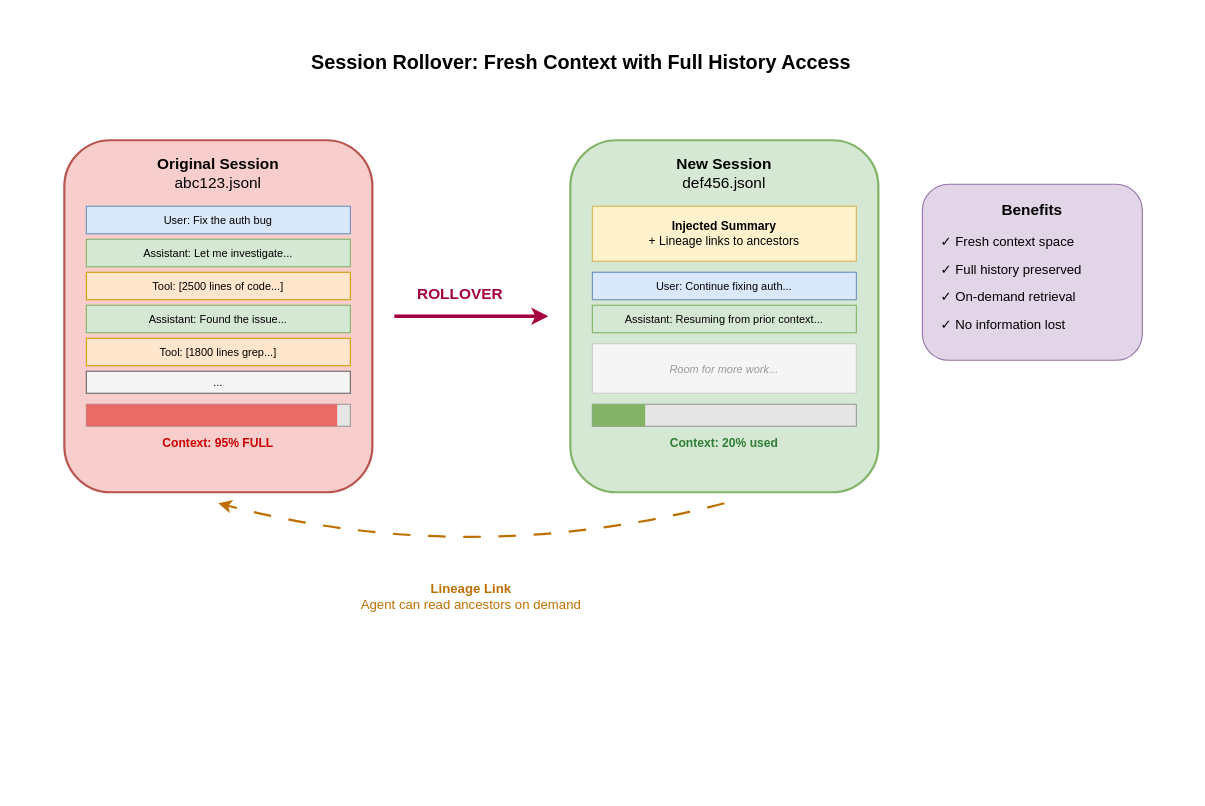
steeef/claude-code-tools keeps this draw.io diagram as demos/rollover_diagram.drawio. Above is the earlier version. Source tidied: cells renumbered, new cells numbered last; positions are measured from the earlier drawing's top-left corner, leaving out a move shared by most shapes. Both pictures are drawn from the tidied source at 110%, with x=0, y=0 at pixel (64, 41).
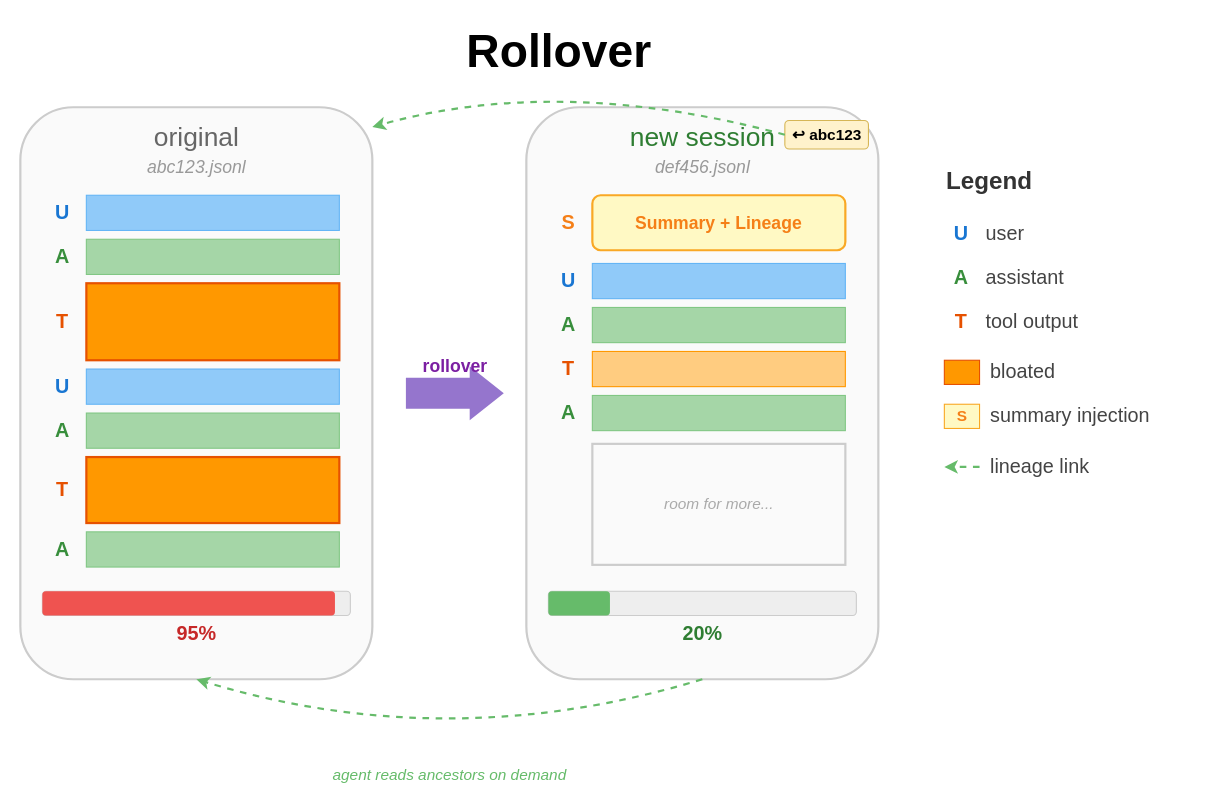
After the change.

Change to the diagram source:
```diff
@@
-    <mxCell id="2" value="&lt;b&gt;Session Rollover: Fresh Context with Full History Access&lt;/b&gt;" style="text;html=1;strokeColor=none;fillColor=none;align=center;verticalAlign=middle;whiteSpace=wrap;rounded=0;fontSize=18;" parent="1" vertex="1">
-      <mxGeometry x="195" width="550" height="40" as="geometry" />
+    <mxCell id="2" value="&lt;b&gt;Rollover&lt;/b&gt;" style="text;html=1;strokeColor=none;fillColor=none;align=center;verticalAlign=middle;whiteSpace=wrap;rounded=0;fontSize=42;" parent="1" vertex="1">
+      <mxGeometry x="340" y="-20" width="220" height="60" as="geometry" />
     </mxCell>
-    <mxCell id="3" style="rounded=1;whiteSpace=wrap;html=1;fillColor=#f8cecc;strokeColor=#b85450;strokeWidth=2;" parent="1" vertex="1">
-      <mxGeometry y="90" width="280" height="320" as="geometry" />
-    </mxCell>
-    <mxCell id="4" value="&lt;b&gt;Original Session&lt;/b&gt;&lt;br&gt;abc123.jsonl" style="text;html=1;strokeColor=none;fillColor=none;align=center;verticalAlign=middle;whiteSpace=wrap;rounded=0;fontSize=14;" parent="1" vertex="1">
-      <mxGeometry x="40" y="100" width="200" height="40" as="geometry" />
-    </mxCell>
-    <mxCell id="5" value="User: Fix the auth bug" style="rounded=0;whiteSpace=wrap;html=1;fillColor=#dae8fc;strokeColor=#6c8ebf;fontSize=10;" parent="1" vertex="1">
-      <mxGeometry x="20" y="150" width="240" height="25" as="geometry" />
-    </mxCell>
-    <mxCell id="6" value="Assistant: Let me investigate..." style="rounded=0;whiteSpace=wrap;html=1;fillColor=#d5e8d4;strokeColor=#82b366;fontSize=10;" parent="1" vertex="1">
-      <mxGeometry x="20" y="180" width="240" height="25" as="geometry" />
-    </mxCell>
-    <mxCell id="7" value="Tool: [2500 lines of code...]" style="rounded=0;whiteSpace=wrap;html=1;fillColor=#ffe6cc;strokeColor=#d79b00;fontSize=10;" parent="1" vertex="1">
-      <mxGeometry x="20" y="210" width="240" height="25" as="geometry" />
-    </mxCell>
-    <mxCell id="8" value="Assistant: Found the issue..." style="rounded=0;whiteSpace=wrap;html=1;fillColor=#d5e8d4;strokeColor=#82b366;fontSize=10;" parent="1" vertex="1">
-      <mxGeometry x="20" y="240" width="240" height="25" as="geometry" />
-    </mxCell>
-    <mxCell id="9" value="Tool: [1800 lines grep...]" style="rounded=0;whiteSpace=wrap;html=1;fillColor=#ffe6cc;strokeColor=#d79b00;fontSize=10;" parent="1" vertex="1">
-      <mxGeometry x="20" y="270" width="240" height="25" as="geometry" />
-    </mxCell>
-    <mxCell id="10" value="..." style="rounded=0;whiteSpace=wrap;html=1;fillColor=#f5f5f5;strokeColor=#666666;fontSize=10;" parent="1" vertex="1">
-      <mxGeometry x="20" y="300" width="240" height="20" as="geometry" />
-    </mxCell>
-    <mxCell id="11" style="rounded=0;whiteSpace=wrap;html=1;fillColor=#e6e6e6;strokeColor=#999999;" parent="1" vertex="1">
-      <mxGeometry x="20" y="330" width="240" height="20" as="geometry" />
-    </mxCell>
-    <mxCell id="12" style="rounded=0;whiteSpace=wrap;html=1;fillColor=#ea6b66;strokeColor=none;" parent="1" vertex="1">
-      <mxGeometry x="20" y="330" width="228" height="20" as="geometry" />
-    </mxCell>
-    <mxCell id="13" value="Context: 95% FULL" style="text;html=1;strokeColor=none;fillColor=none;align=center;verticalAlign=middle;whiteSpace=wrap;rounded=0;fontSize=11;fontColor=#CC0000;fontStyle=1;" parent="1" vertex="1">
-      <mxGeometry x="20" y="355" width="240" height="20" as="geometry" />
-    </mxCell>
-    <mxCell id="14" style="endArrow=classic;html=1;strokeWidth=3;fillColor=#d80073;strokeColor=#A50040;entryX=0;entryY=0.5;exitX=1;exitY=0.5;" parent="1" edge="1">
-      <mxGeometry relative="1" as="geometry">
-        <mxPoint x="300" y="250" as="sourcePoint" />
-        <mxPoint x="440" y="250" as="targetPoint" />
-      </mxGeometry>
-    </mxCell>
-    <mxCell id="15" value="&lt;b&gt;ROLLOVER&lt;/b&gt;" style="text;html=1;strokeColor=none;fillColor=none;align=center;verticalAlign=middle;whiteSpace=wrap;rounded=0;fontSize=14;fontColor=#A50040;" parent="1" vertex="1">
-      <mxGeometry x="310" y="215" width="100" height="30" as="geometry" />
-    </mxCell>
-    <mxCell id="16" style="rounded=1;whiteSpace=wrap;html=1;fillColor=#d5e8d4;strokeColor=#82b366;strokeWidth=2;" parent="1" vertex="1">
-      <mxGeometry x="460" y="90" width="280" height="320" as="geometry" />
-    </mxCell>
-    <mxCell id="17" value="&lt;b&gt;New Session&lt;/b&gt;&lt;br&gt;def456.jsonl" style="text;html=1;strokeColor=none;fillColor=none;align=center;verticalAlign=middle;whiteSpace=wrap;rounded=0;fontSize=14;" parent="1" vertex="1">
-      <mxGeometry x="500" y="100" width="200" height="40" as="geometry" />
-    </mxCell>
+    <mxCell id="33" style="rounded=1;whiteSpace=wrap;html=1;fillColor=#fafafa;strokeColor=#cccccc;strokeWidth=2;" parent="1" vertex="1">
+      <mxGeometry x="-40" y="60" width="320" height="520" as="geometry" />
+    </mxCell>
+    <mxCell id="34" value="original" style="text;html=1;strokeColor=none;fillColor=none;align=center;verticalAlign=middle;rounded=0;fontSize=24;fontColor=#666666;" parent="1" vertex="1">
+      <mxGeometry x="-40" y="70" width="320" height="36" as="geometry" />
+    </mxCell>
+    <mxCell id="35" value="abc123.jsonl" style="text;html=1;strokeColor=none;fillColor=none;align=center;verticalAlign=middle;rounded=0;fontSize=16;fontColor=#999999;fontStyle=2;" parent="1" vertex="1">
+      <mxGeometry x="-40" y="102" width="320" height="24" as="geometry" />
+    </mxCell>
+    <mxCell id="36" style="rounded=0;html=1;fillColor=#90CAF9;strokeColor=#64B5F6;" parent="1" vertex="1">
+      <mxGeometry x="20" y="140" width="230" height="32" as="geometry" />
+    </mxCell>
+    <mxCell id="37" value="U" style="text;html=1;strokeColor=none;fillColor=none;align=center;verticalAlign=middle;rounded=0;fontSize=18;fontColor=#1976D2;fontStyle=1;" parent="1" vertex="1">
+      <mxGeometry x="-20" y="140" width="36" height="32" as="geometry" />
+    </mxCell>
+    <mxCell id="38" style="rounded=0;html=1;fillColor=#A5D6A7;strokeColor=#81C784;" parent="1" vertex="1">
+      <mxGeometry x="20" y="180" width="230" height="32" as="geometry" />
+    </mxCell>
+    <mxCell id="39" value="A" style="text;html=1;strokeColor=none;fillColor=none;align=center;verticalAlign=middle;rounded=0;fontSize=18;fontColor=#388E3C;fontStyle=1;" parent="1" vertex="1">
+      <mxGeometry x="-20" y="180" width="36" height="32" as="geometry" />
+    </mxCell>
+    <mxCell id="40" style="rounded=0;html=1;fillColor=#FF9800;strokeColor=#E65100;strokeWidth=2;" parent="1" vertex="1">
+      <mxGeometry x="20" y="220" width="230" height="70" as="geometry" />
+    </mxCell>
+    <mxCell id="41" value="T" style="text;html=1;strokeColor=none;fillColor=none;align=center;verticalAlign=middle;rounded=0;fontSize=18;fontColor=#E65100;fontStyle=1;" parent="1" vertex="1">
+      <mxGeometry x="-20" y="239" width="36" height="32" as="geometry" />
+    </mxCell>
+    <mxCell id="42" style="rounded=0;html=1;fillColor=#90CAF9;strokeColor=#64B5F6;" parent="1" vertex="1">
+      <mxGeometry x="20" y="298" width="230" height="32" as="geometry" />
+    </mxCell>
+    <mxCell id="43" value="U" style="text;html=1;strokeColor=none;fillColor=none;align=center;verticalAlign=middle;rounded=0;fontSize=18;fontColor=#1976D2;fontStyle=1;" parent="1" vertex="1">
+      <mxGeometry x="-20" y="298" width="36" height="32" as="geometry" />
+    </mxCell>
+    <mxCell id="44" style="rounded=0;html=1;fillColor=#A5D6A7;strokeColor=#81C784;" parent="1" vertex="1">
+      <mxGeometry x="20" y="338" width="230" height="32" as="geometry" />
+    </mxCell>
+    <mxCell id="45" value="A" style="text;html=1;strokeColor=none;fillColor=none;align=center;verticalAlign=middle;rounded=0;fontSize=18;fontColor=#388E3C;fontStyle=1;" parent="1" vertex="1">
+      <mxGeometry x="-20" y="338" width="36" height="32" as="geometry" />
+    </mxCell>
+    <mxCell id="46" style="rounded=0;html=1;fillColor=#FF9800;strokeColor=#E65100;strokeWidth=2;" parent="1" vertex="1">
+      <mxGeometry x="20" y="378" width="230" height="60" as="geometry" />
+    </mxCell>
+    <mxCell id="47" value="T" style="text;html=1;strokeColor=none;fillColor=none;align=center;verticalAlign=middle;rounded=0;fontSize=18;fontColor=#E65100;fontStyle=1;" parent="1" vertex="1">
+      <mxGeometry x="-20" y="392" width="36" height="32" as="geometry" />
+    </mxCell>
+    <mxCell id="48" style="rounded=0;html=1;fillColor=#A5D6A7;strokeColor=#81C784;" parent="1" vertex="1">
+      <mxGeometry x="20" y="446" width="230" height="32" as="geometry" />
+    </mxCell>
+    <mxCell id="49" value="A" style="text;html=1;strokeColor=none;fillColor=none;align=center;verticalAlign=middle;rounded=0;fontSize=18;fontColor=#388E3C;fontStyle=1;" parent="1" vertex="1">
+      <mxGeometry x="-20" y="446" width="36" height="32" as="geometry" />
+    </mxCell>
+    <mxCell id="50" style="rounded=1;html=1;fillColor=#eeeeee;strokeColor=#cccccc;" parent="1" vertex="1">
+      <mxGeometry x="-20" y="500" width="280" height="22" as="geometry" />
+    </mxCell>
+    <mxCell id="51" style="rounded=1;html=1;fillColor=#ef5350;strokeColor=none;" parent="1" vertex="1">
+      <mxGeometry x="-20" y="500" width="266" height="22" as="geometry" />
+    </mxCell>
+    <mxCell id="52" value="95%" style="text;html=1;strokeColor=none;fillColor=none;align=center;verticalAlign=middle;rounded=0;fontSize=18;fontColor=#c62828;fontStyle=1;" parent="1" vertex="1">
+      <mxGeometry x="-20" y="525" width="280" height="28" as="geometry" />
+    </mxCell>
+    <mxCell id="53" style="shape=flexArrow;endArrow=classic;html=1;strokeColor=none;fillColor=#9575CD;width=28;endSize=10;" parent="1" edge="1">
+      <mxGeometry relative="1" as="geometry">
+        <mxPoint x="310" y="320" as="sourcePoint" />
+        <mxPoint x="400" y="320" as="targetPoint" />
+      </mxGeometry>
+    </mxCell>
+    <mxCell id="54" value="rollover" style="text;html=1;strokeColor=none;fillColor=none;align=center;verticalAlign=middle;rounded=0;fontSize=16;fontColor=#7B1FA2;fontStyle=1;" parent="1" vertex="1">
+      <mxGeometry x="315" y="280" width="80" height="30" as="geometry" />
+    </mxCell>
+    <mxCell id="55" style="rounded=1;whiteSpace=wrap;html=1;fillColor=#fafafa;strokeColor=#cccccc;strokeWidth=2;" parent="1" vertex="1">
+      <mxGeometry x="420" y="60" width="320" height="520" as="geometry" />
+    </mxCell>
+    <mxCell id="56" value="new session" style="text;html=1;strokeColor=none;fillColor=none;align=center;verticalAlign=middle;rounded=0;fontSize=24;fontColor=#2E7D32;" parent="1" vertex="1">
+      <mxGeometry x="420" y="70" width="320" height="36" as="geometry" />
+    </mxCell>
+    <mxCell id="57" value="def456.jsonl" style="text;html=1;strokeColor=none;fillColor=none;align=center;verticalAlign=middle;rounded=0;fontSize=16;fontColor=#999999;fontStyle=2;" parent="1" vertex="1">
+      <mxGeometry x="420" y="102" width="320" height="24" as="geometry" />
+    </mxCell>
+    <mxCell id="58" value="↩ abc123" style="text;html=1;strokeColor=#d6b656;fillColor=#fff2cc;align=center;verticalAlign=middle;rounded=1;fontSize=14;fontStyle=1;" parent="1" vertex="1">
+      <mxGeometry x="655" y="72" width="76" height="26" as="geometry" />
+    </mxCell>
+    <mxCell id="59" style="endArrow=classic;html=1;strokeWidth=2;dashed=1;strokeColor=#66BB6A;curved=1;" parent="1" edge="1">
+      <mxGeometry relative="1" as="geometry">
+        <mxPoint x="655" y="85" as="sourcePoint" />
+        <mxPoint x="280" y="78" as="targetPoint" />
+        <Array as="points">
+          <mxPoint x="450" y="30" />
+        </Array>
+      </mxGeometry>
+    </mxCell>
-    <mxCell id="18" value="&lt;b&gt;Injected Summary&lt;/b&gt;&lt;br&gt;+ Lineage links to ancestors" style="rounded=0;whiteSpace=wrap;html=1;fillColor=#fff2cc;strokeColor=#d6b656;fontSize=11;" parent="1" vertex="1">
-      <mxGeometry x="480" y="150" width="240" height="50" as="geometry" />
+    <mxCell id="18" value="Summary + Lineage" style="rounded=1;whiteSpace=wrap;html=1;fillColor=#FFF9C4;strokeColor=#F9A825;strokeWidth=2;fontSize=16;fontStyle=1;fontColor=#F57F17;" parent="1" vertex="1">
+      <mxGeometry x="480" y="140" width="230" height="50" as="geometry" />
     </mxCell>
-    <mxCell id="19" value="User: Continue fixing auth..." style="rounded=0;whiteSpace=wrap;html=1;fillColor=#dae8fc;strokeColor=#6c8ebf;fontSize=10;" parent="1" vertex="1">
-      <mxGeometry x="480" y="210" width="240" height="25" as="geometry" />
-    </mxCell>
-    <mxCell id="20" value="Assistant: Resuming from prior context..." style="rounded=0;whiteSpace=wrap;html=1;fillColor=#d5e8d4;strokeColor=#82b366;fontSize=10;" parent="1" vertex="1">
-      <mxGeometry x="480" y="240" width="240" height="25" as="geometry" />
-    </mxCell>
-    <mxCell id="21" value="&lt;i&gt;Room for more work...&lt;/i&gt;" style="rounded=0;whiteSpace=wrap;html=1;fillColor=#f5f5f5;strokeColor=#CCCCCC;strokeDashPattern=8 8;fontSize=10;fontColor=#999999;" parent="1" vertex="1">
-      <mxGeometry x="480" y="275" width="240" height="45" as="geometry" />
-    </mxCell>
-    <mxCell id="22" style="rounded=0;whiteSpace=wrap;html=1;fillColor=#e6e6e6;strokeColor=#999999;" parent="1" vertex="1">
-      <mxGeometry x="480" y="330" width="240" height="20" as="geometry" />
-    </mxCell>
-    <mxCell id="23" style="rounded=0;whiteSpace=wrap;html=1;fillColor=#82b366;strokeColor=none;" parent="1" vertex="1">
-      <mxGeometry x="480" y="330" width="48" height="20" as="geometry" />
-    </mxCell>
-    <mxCell id="24" value="Context: 20% used" style="text;html=1;strokeColor=none;fillColor=none;align=center;verticalAlign=middle;whiteSpace=wrap;rounded=0;fontSize=11;fontColor=#2E7D32;fontStyle=1;" parent="1" vertex="1">
-      <mxGeometry x="480" y="355" width="240" height="20" as="geometry" />
-    </mxCell>
+    <mxCell id="60" value="S" style="text;html=1;strokeColor=none;fillColor=none;align=center;verticalAlign=middle;rounded=0;fontSize=18;fontColor=#F57F17;fontStyle=1;" parent="1" vertex="1">
+      <mxGeometry x="440" y="149" width="36" height="32" as="geometry" />
+    </mxCell>
+    <mxCell id="61" style="rounded=0;html=1;fillColor=#90CAF9;strokeColor=#64B5F6;" parent="1" vertex="1">
+      <mxGeometry x="480" y="202" width="230" height="32" as="geometry" />
+    </mxCell>
+    <mxCell id="62" value="U" style="text;html=1;strokeColor=none;fillColor=none;align=center;verticalAlign=middle;rounded=0;fontSize=18;fontColor=#1976D2;fontStyle=1;" parent="1" vertex="1">
+      <mxGeometry x="440" y="202" width="36" height="32" as="geometry" />
+    </mxCell>
+    <mxCell id="63" style="rounded=0;html=1;fillColor=#A5D6A7;strokeColor=#81C784;" parent="1" vertex="1">
+      <mxGeometry x="480" y="242" width="230" height="32" as="geometry" />
+    </mxCell>
+    <mxCell id="64" value="A" style="text;html=1;strokeColor=none;fillColor=none;align=center;verticalAlign=middle;rounded=0;fontSize=18;fontColor=#388E3C;fontStyle=1;" parent="1" vertex="1">
+      <mxGeometry x="440" y="242" width="36" height="32" as="geometry" />
+    </mxCell>
+    <mxCell id="65" style="rounded=0;html=1;fillColor=#FFCC80;strokeColor=#FF9800;" parent="1" vertex="1">
+      <mxGeometry x="480" y="282" width="230" height="32" as="geometry" />
+    </mxCell>
+    <mxCell id="66" value="T" style="text;html=1;strokeColor=none;fillColor=none;align=center;verticalAlign=middle;rounded=0;fontSize=18;fontColor=#E65100;fontStyle=1;" parent="1" vertex="1">
+      <mxGeometry x="440" y="282" width="36" height="32" as="geometry" />
+    </mxCell>
+    <mxCell id="67" style="rounded=0;html=1;fillColor=#A5D6A7;strokeColor=#81C784;" parent="1" vertex="1">
+      <mxGeometry x="480" y="322" width="230" height="32" as="geometry" />
+    </mxCell>
+    <mxCell id="68" value="A" style="text;html=1;strokeColor=none;fillColor=none;align=center;verticalAlign=middle;rounded=0;fontSize=18;fontColor=#388E3C;fontStyle=1;" parent="1" vertex="1">
+      <mxGeometry x="440" y="322" width="36" height="32" as="geometry" />
+    </mxCell>
+    <mxCell id="69" style="rounded=0;whiteSpace=wrap;html=1;fillColor=none;strokeColor=#CCCCCC;strokeWidth=2;strokeDashPattern=8 8;" parent="1" vertex="1">
+      <mxGeometry x="480" y="366" width="230" height="110" as="geometry" />
+    </mxCell>
+    <mxCell id="70" value="room for more..." style="text;html=1;strokeColor=none;fillColor=none;align=center;verticalAlign=middle;rounded=0;fontSize=14;fontColor=#AAAAAA;fontStyle=2;" parent="1" vertex="1">
+      <mxGeometry x="480" y="406" width="230" height="30" as="geometry" />
+    </mxCell>
+    <mxCell id="71" style="rounded=1;html=1;fillColor=#eeeeee;strokeColor=#cccccc;" parent="1" vertex="1">
+      <mxGeometry x="440" y="500" width="280" height="22" as="geometry" />
+    </mxCell>
+    <mxCell id="72" style="rounded=1;html=1;fillColor=#66BB6A;strokeColor=none;" parent="1" vertex="1">
+      <mxGeometry x="440" y="500" width="56" height="22" as="geometry" />
+    </mxCell>
+    <mxCell id="73" value="20%" style="text;html=1;strokeColor=none;fillColor=none;align=center;verticalAlign=middle;rounded=0;fontSize=18;fontColor=#2E7D32;fontStyle=1;" parent="1" vertex="1">
+      <mxGeometry x="440" y="525" width="280" height="28" as="geometry" />
+    </mxCell>
-    <mxCell id="25" style="endArrow=classic;html=1;strokeWidth=2;dashed=1;dashPattern=8 8;fillColor=#f0a30a;strokeColor=#BD7000;curved=1;entryX=0.5;entryY=1;exitX=0.5;exitY=1;" parent="1" edge="1">
+    <mxCell id="25" style="endArrow=classic;html=1;strokeWidth=2;dashed=1;strokeColor=#66BB6A;curved=1;" parent="1" edge="1">
       <mxGeometry relative="1" as="geometry">
-        <mxPoint x="600" y="420" as="sourcePoint" />
-        <mxPoint x="140" y="420" as="targetPoint" />
+        <mxPoint x="580" y="580" as="sourcePoint" />
+        <mxPoint x="120" y="580" as="targetPoint" />
         <Array as="points">
-          <mxPoint x="370" y="480" />
+          <mxPoint x="350" y="650" />
         </Array>
       </mxGeometry>
     </mxCell>
-    <mxCell id="26" value="&lt;b&gt;Lineage Link&lt;/b&gt;&lt;br&gt;Agent can read ancestors on demand" style="text;html=1;strokeColor=none;fillColor=none;align=center;verticalAlign=middle;whiteSpace=wrap;rounded=0;fontSize=12;fontColor=#BD7000;" parent="1" vertex="1">
-      <mxGeometry x="260" y="485" width="220" height="40" as="geometry" />
+    <mxCell id="26" value="agent reads ancestors on demand" style="text;html=1;strokeColor=none;fillColor=none;align=center;verticalAlign=middle;rounded=0;fontSize=14;fontColor=#66BB6A;fontStyle=2;" parent="1" vertex="1">
+      <mxGeometry x="220" y="655" width="260" height="24" as="geometry" />
     </mxCell>
-    <mxCell id="27" style="rounded=1;whiteSpace=wrap;html=1;fillColor=#e1d5e7;strokeColor=#9673a6;strokeWidth=1;" parent="1" vertex="1">
-      <mxGeometry x="780" y="130" width="200" height="160" as="geometry" />
-    </mxCell>
-    <mxCell id="28" value="&lt;b&gt;Benefits&lt;/b&gt;" style="text;html=1;strokeColor=none;fillColor=none;align=center;verticalAlign=middle;whiteSpace=wrap;rounded=0;fontSize=14;" parent="1" vertex="1">
-      <mxGeometry x="780" y="140" width="200" height="25" as="geometry" />
-    </mxCell>
-    <mxCell id="29" value="✓ Fresh context space" style="text;html=1;strokeColor=none;fillColor=none;align=left;verticalAlign=middle;whiteSpace=wrap;rounded=0;fontSize=12;" parent="1" vertex="1">
-      <mxGeometry x="795" y="170" width="170" height="25" as="geometry" />
-    </mxCell>
-    <mxCell id="30" value="✓ Full history preserved" style="text;html=1;strokeColor=none;fillColor=none;align=left;verticalAlign=middle;whiteSpace=wrap;rounded=0;fontSize=12;" parent="1" vertex="1">
-      <mxGeometry x="795" y="195" width="170" height="25" as="geometry" />
-    </mxCell>
-    <mxCell id="31" value="✓ On-demand retrieval" style="text;html=1;strokeColor=none;fillColor=none;align=left;verticalAlign=middle;whiteSpace=wrap;rounded=0;fontSize=12;" parent="1" vertex="1">
-      <mxGeometry x="795" y="220" width="170" height="25" as="geometry" />
-    </mxCell>
-    <mxCell id="32" value="✓ No information lost" style="text;html=1;strokeColor=none;fillColor=none;align=left;verticalAlign=middle;whiteSpace=wrap;rounded=0;fontSize=12;" parent="1" vertex="1">
-      <mxGeometry x="795" y="245" width="170" height="25" as="geometry" />
-    </mxCell>
+    <mxCell id="74" value="Legend" style="text;html=1;strokeColor=none;fillColor=none;align=left;verticalAlign=middle;rounded=0;fontSize=22;fontColor=#333333;fontStyle=1;" parent="1" vertex="1">
+      <mxGeometry x="800" y="110" width="100" height="36" as="geometry" />
+    </mxCell>
+    <mxCell id="75" value="U" style="text;html=1;strokeColor=none;fillColor=none;align=center;verticalAlign=middle;rounded=0;fontSize=18;fontColor=#1976D2;fontStyle=1;" parent="1" vertex="1">
+      <mxGeometry x="800" y="160" width="30" height="30" as="geometry" />
+    </mxCell>
+    <mxCell id="76" value="user" style="text;html=1;strokeColor=none;fillColor=none;align=left;verticalAlign=middle;rounded=0;fontSize=18;fontColor=#444444;" parent="1" vertex="1">
+      <mxGeometry x="836" y="160" width="80" height="30" as="geometry" />
+    </mxCell>
+    <mxCell id="77" value="A" style="text;html=1;strokeColor=none;fillColor=none;align=center;verticalAlign=middle;rounded=0;fontSize=18;fontColor=#388E3C;fontStyle=1;" parent="1" vertex="1">
+      <mxGeometry x="800" y="200" width="30" height="30" as="geometry" />
+    </mxCell>
+    <mxCell id="78" value="assistant" style="text;html=1;strokeColor=none;fillColor=none;align=left;verticalAlign=middle;rounded=0;fontSize=18;fontColor=#444444;" parent="1" vertex="1">
+      <mxGeometry x="836" y="200" width="100" height="30" as="geometry" />
+    </mxCell>
+    <mxCell id="79" value="T" style="text;html=1;strokeColor=none;fillColor=none;align=center;verticalAlign=middle;rounded=0;fontSize=18;fontColor=#E65100;fontStyle=1;" parent="1" vertex="1">
+      <mxGeometry x="800" y="240" width="30" height="30" as="geometry" />
+    </mxCell>
+    <mxCell id="80" value="tool output" style="text;html=1;strokeColor=none;fillColor=none;align=left;verticalAlign=middle;rounded=0;fontSize=18;fontColor=#444444;" parent="1" vertex="1">
+      <mxGeometry x="836" y="240" width="120" height="30" as="geometry" />
+    </mxCell>
+    <mxCell id="81" style="rounded=0;html=1;fillColor=#FF9800;strokeColor=#E65100;" parent="1" vertex="1">
+      <mxGeometry x="800" y="290" width="32" height="22" as="geometry" />
+    </mxCell>
+    <mxCell id="82" value="bloated" style="text;html=1;strokeColor=none;fillColor=none;align=left;verticalAlign=middle;rounded=0;fontSize=18;fontColor=#444444;" parent="1" vertex="1">
+      <mxGeometry x="840" y="286" width="100" height="30" as="geometry" />
+    </mxCell>
+    <mxCell id="83" value="S" style="rounded=0;html=1;fillColor=#FFF9C4;strokeColor=#F9A825;fontColor=#F57F17;fontSize=14;fontStyle=1;" parent="1" vertex="1">
+      <mxGeometry x="800" y="330" width="32" height="22" as="geometry" />
+    </mxCell>
+    <mxCell id="84" value="summary injection" style="text;html=1;strokeColor=none;fillColor=none;align=left;verticalAlign=middle;rounded=0;fontSize=18;fontColor=#444444;" parent="1" vertex="1">
+      <mxGeometry x="840" y="326" width="180" height="30" as="geometry" />
+    </mxCell>
+    <mxCell id="85" style="endArrow=classic;html=1;strokeWidth=2;dashed=1;strokeColor=#66BB6A;" parent="1" edge="1">
+      <mxGeometry relative="1" as="geometry">
+        <mxPoint x="832" y="387" as="sourcePoint" />
+        <mxPoint x="800" y="387" as="targetPoint" />
+      </mxGeometry>
+    </mxCell>
+    <mxCell id="86" value="lineage link" style="text;html=1;strokeColor=none;fillColor=none;align=left;verticalAlign=middle;rounded=0;fontSize=18;fontColor=#444444;" parent="1" vertex="1">
+      <mxGeometry x="840" y="372" width="120" height="30" as="geometry" />
+    </mxCell>
```
